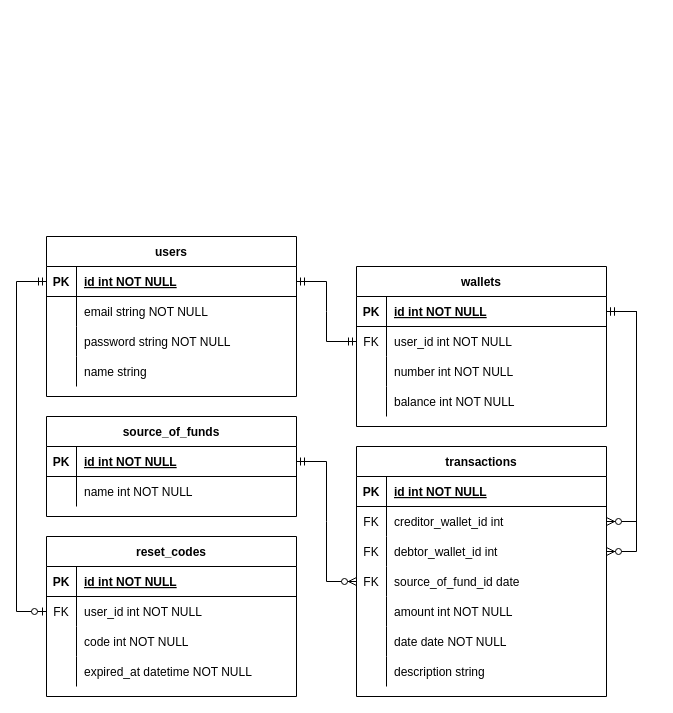
Before: online-learning.drawio in azmiadhani/diagramsnet, a draw.io diagram. Source tidied: cells renumbered, new cells numbered last; positions are measured from the earlier drawing's top-left corner, leaving out a move shared by most shapes. Both pictures are drawn from the tidied source at 100%, with x=0, y=0 at pixel (16, 236).
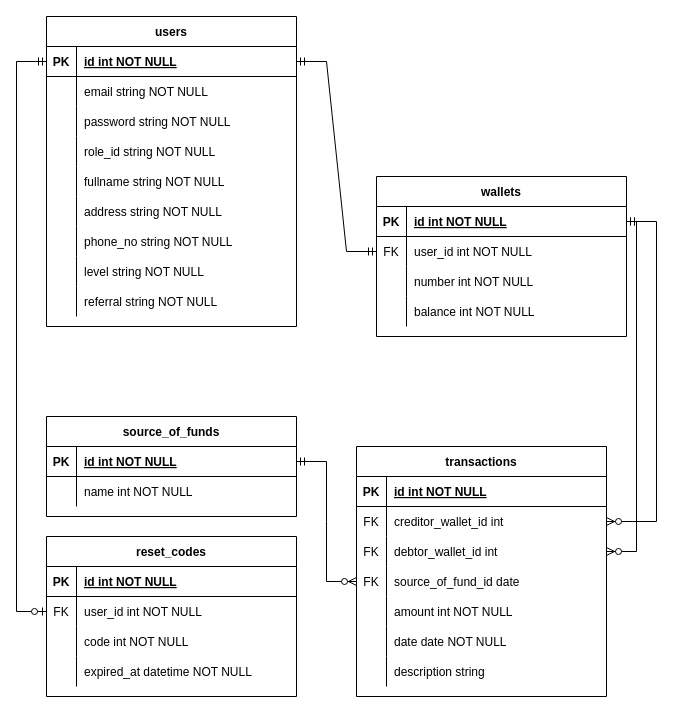
After the change.

The change refers to these unchanged cells:
```xml
<mxCell id="47" style="shape=partialRectangle;fillColor=none;top=0;left=0;right=0;bottom=0;" parent="37" vertex="1">
  <mxGeometry y="120" width="250" height="30" as="geometry" />
</mxCell>
```

Diff of the diagram source:
```diff
@@
     <mxCell id="2" value="wallets" style="shape=table;startSize=30;childLayout=tableLayout;rowLines=0;fontStyle=1;align=center;" parent="1" vertex="1">
-      <mxGeometry x="340" y="30" width="250" height="160" as="geometry" />
+      <mxGeometry x="360" y="-60" width="250" height="160" as="geometry" />
     </mxCell>
@@
     <mxCell id="37" value="users" style="shape=table;startSize=30;childLayout=tableLayout;rowLines=0;fontStyle=1;align=center;" parent="1" vertex="1">
-      <mxGeometry x="30" width="250" height="160" as="geometry" />
+      <mxGeometry x="30" y="-220" width="250" height="310" as="geometry" />
     </mxCell>
@@
-    <mxCell id="49" value="name string" style="shape=partialRectangle;overflow=hidden;fillColor=none;top=0;left=0;bottom=0;right=0;align=left;spacingLeft=6;" parent="47" vertex="1">
+    <mxCell id="49" value="role_id string NOT NULL" style="shape=partialRectangle;overflow=hidden;fillColor=none;top=0;left=0;bottom=0;right=0;align=left;spacingLeft=6;" parent="47" vertex="1">
       <mxGeometry x="30" width="220" height="30" as="geometry" />
     </mxCell>
+    <mxCell id="75" style="shape=partialRectangle;fillColor=none;top=0;left=0;right=0;bottom=0;" parent="37" vertex="1">
+      <mxGeometry y="150" width="250" height="30" as="geometry" />
+    </mxCell>
+    <mxCell id="76" style="shape=partialRectangle;overflow=hidden;fillColor=none;top=0;left=0;bottom=0;right=0;" parent="75" vertex="1">
+      <mxGeometry width="30" height="30" as="geometry" />
+    </mxCell>
+    <mxCell id="77" value="fullname string NOT NULL" style="shape=partialRectangle;overflow=hidden;fillColor=none;top=0;left=0;bottom=0;right=0;align=left;spacingLeft=6;" parent="75" vertex="1">
+      <mxGeometry x="30" width="220" height="30" as="geometry" />
+    </mxCell>
+    <mxCell id="78" style="shape=partialRectangle;fillColor=none;top=0;left=0;right=0;bottom=0;" parent="37" vertex="1">
+      <mxGeometry y="180" width="250" height="30" as="geometry" />
+    </mxCell>
+    <mxCell id="79" style="shape=partialRectangle;overflow=hidden;fillColor=none;top=0;left=0;bottom=0;right=0;" parent="78" vertex="1">
+      <mxGeometry width="30" height="30" as="geometry" />
+    </mxCell>
+    <mxCell id="80" value="address string NOT NULL" style="shape=partialRectangle;overflow=hidden;fillColor=none;top=0;left=0;bottom=0;right=0;align=left;spacingLeft=6;" parent="78" vertex="1">
+      <mxGeometry x="30" width="220" height="30" as="geometry" />
+    </mxCell>
+    <mxCell id="81" style="shape=partialRectangle;fillColor=none;top=0;left=0;right=0;bottom=0;" parent="37" vertex="1">
+      <mxGeometry y="210" width="250" height="30" as="geometry" />
+    </mxCell>
+    <mxCell id="82" style="shape=partialRectangle;overflow=hidden;fillColor=none;top=0;left=0;bottom=0;right=0;" parent="81" vertex="1">
+      <mxGeometry width="30" height="30" as="geometry" />
+    </mxCell>
+    <mxCell id="83" value="phone_no string NOT NULL" style="shape=partialRectangle;overflow=hidden;fillColor=none;top=0;left=0;bottom=0;right=0;align=left;spacingLeft=6;" parent="81" vertex="1">
+      <mxGeometry x="30" width="220" height="30" as="geometry" />
+    </mxCell>
+    <mxCell id="84" style="shape=partialRectangle;fillColor=none;top=0;left=0;right=0;bottom=0;" parent="37" vertex="1">
+      <mxGeometry y="240" width="250" height="30" as="geometry" />
+    </mxCell>
+    <mxCell id="85" style="shape=partialRectangle;overflow=hidden;fillColor=none;top=0;left=0;bottom=0;right=0;" parent="84" vertex="1">
+      <mxGeometry width="30" height="30" as="geometry" />
+    </mxCell>
+    <mxCell id="86" value="level string NOT NULL" style="shape=partialRectangle;overflow=hidden;fillColor=none;top=0;left=0;bottom=0;right=0;align=left;spacingLeft=6;" parent="84" vertex="1">
+      <mxGeometry x="30" width="220" height="30" as="geometry" />
+    </mxCell>
+    <mxCell id="87" style="shape=partialRectangle;fillColor=none;top=0;left=0;right=0;bottom=0;" parent="37" vertex="1">
+      <mxGeometry y="270" width="250" height="30" as="geometry" />
+    </mxCell>
+    <mxCell id="88" style="shape=partialRectangle;overflow=hidden;fillColor=none;top=0;left=0;bottom=0;right=0;" parent="87" vertex="1">
+      <mxGeometry width="30" height="30" as="geometry" />
+    </mxCell>
+    <mxCell id="89" value="referral string NOT NULL" style="shape=partialRectangle;overflow=hidden;fillColor=none;top=0;left=0;bottom=0;right=0;align=left;spacingLeft=6;" parent="87" vertex="1">
+      <mxGeometry x="30" width="220" height="30" as="geometry" />
+    </mxCell>
```
